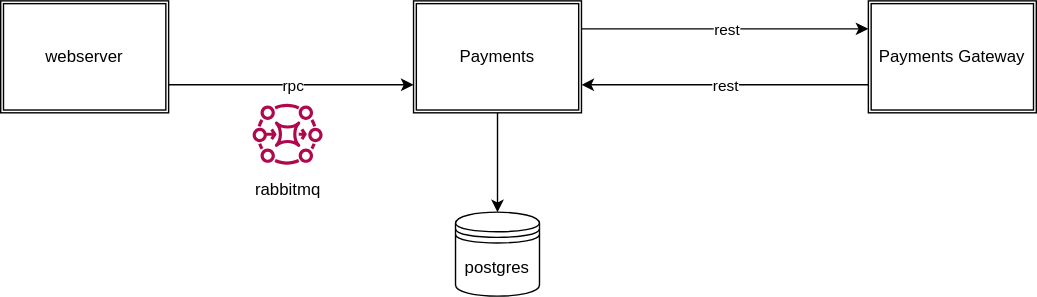
This is services/payments/doc/payments.drawio.svg from ITISFoundation/osparc-simcore, a draw.io export, as it was before one commit. Source tidied: cells renumbered, new cells last; positions are measured from the earlier drawing's top-left corner, leaving out a move shared by most shapes.
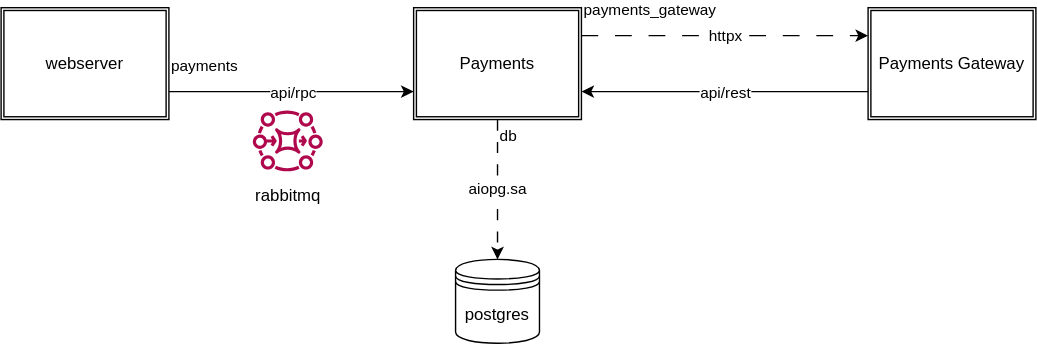
Above is the later version.

Diff of the diagram source:
```diff
@@ -2,7 +2,7 @@
   <root>
     <mxCell id="0" />
     <mxCell id="1" parent="0" />
-    <mxCell id="2" style="edgeStyle=none;html=1;exitX=0.5;exitY=1;exitDx=0;exitDy=0;" parent="1" edge="1" source="3" target="12">
+    <mxCell id="2" value="aiopg.sa" style="edgeStyle=none;html=1;dashed=1;dashPattern=8 8;endArrow=classic;endFill=1;" parent="1" edge="1" source="3" target="12">
       <mxGeometry relative="1" as="geometry" />
     </mxCell>
     <mxCell id="3" value="Payments" style="shape=ext;double=1;rounded=0;whiteSpace=wrap;html=1;" parent="1" vertex="1">
@@ -14,26 +14,20 @@
     <mxCell id="5" style="endArrow=classic;html=1;exitX=1;exitY=0.75;exitDx=0;exitDy=0;entryX=0;entryY=0.75;entryDx=0;entryDy=0;" parent="1" edge="1" source="4" target="3">
       <mxGeometry relative="1" as="geometry" />
     </mxCell>
-    <mxCell id="6" value="rpc" style="edgeLabel;html=1;align=center;verticalAlign=middle;" parent="5" vertex="1">
+    <mxCell id="6" value="api/rpc" style="edgeLabel;html=1;align=center;verticalAlign=middle;" parent="5" vertex="1">
       <mxGeometry relative="1" as="geometry" />
     </mxCell>
     <mxCell id="7" value="Payments Gateway" style="shape=ext;double=1;rounded=0;whiteSpace=wrap;html=1;" parent="1" vertex="1">
       <mxGeometry x="620" width="120" height="80" as="geometry" />
     </mxCell>
-    <mxCell id="8" style="endArrow=classic;html=1;exitX=1;exitY=0.25;exitDx=0;exitDy=0;entryX=0;entryY=0.25;entryDx=0;entryDy=0;" parent="1" edge="1" source="3" target="7">
-      <mxGeometry relative="1" as="geometry" />
-    </mxCell>
-    <mxCell id="9" value="rest" style="edgeLabel;html=1;align=center;verticalAlign=middle;" parent="8" vertex="1">
-      <mxGeometry relative="1" as="geometry" />
-    </mxCell>
     <mxCell id="10" style="endArrow=classic;html=1;exitX=0;exitY=0.75;exitDx=0;exitDy=0;entryX=1;entryY=0.75;entryDx=0;entryDy=0;" parent="1" edge="1" source="7" target="3">
       <mxGeometry relative="1" as="geometry" />
     </mxCell>
-    <mxCell id="11" value="rest" style="edgeLabel;html=1;align=center;verticalAlign=middle;" parent="10" vertex="1">
+    <mxCell id="11" value="api/rest" style="edgeLabel;html=1;align=center;verticalAlign=middle;" parent="10" vertex="1">
       <mxGeometry relative="1" as="geometry" />
     </mxCell>
     <mxCell id="12" value="postgres" style="shape=datastore;whiteSpace=wrap;html=1;" parent="1" vertex="1">
-      <mxGeometry x="325" y="151" width="60" height="60" as="geometry" />
+      <mxGeometry x="325" y="180" width="60" height="60" as="geometry" />
     </mxCell>
     <mxCell id="13" style="sketch=0;fontColor=#232F3E;gradientColor=none;fillColor=#B0084D;strokeColor=none;dashed=0;verticalLabelPosition=bottom;verticalAlign=top;align=center;html=1;fontSize=12;fontStyle=0;shape=mxgraph.aws4.mq_broker;" parent="1" vertex="1">
       <mxGeometry x="180" y="70" width="50" height="50" as="geometry" />
@@ -41,5 +35,19 @@
     <mxCell id="14" value="rabbitmq" style="text;html=1;align=center;verticalAlign=middle;strokeColor=none;fillColor=none;" parent="1" vertex="1">
       <mxGeometry x="170" y="120" width="70" height="30" as="geometry" />
     </mxCell>
+    <mxCell id="8" value="httpx" style="endArrow=classic;html=1;dashed=1;dashPattern=12 12;exitX=1;exitY=0.25;exitDx=0;exitDy=0;entryX=0;entryY=0.25;entryDx=0;entryDy=0;" parent="1" edge="1" source="3" target="7">
+      <mxGeometry relative="1" as="geometry" />
+    </mxCell>
+    <mxCell id="15" value="payments_gateway" style="edgeLabel;html=1;align=left;verticalAlign=bottom;" parent="8" vertex="1">
+      <mxGeometry x="-1" relative="1" as="geometry">
+        <mxPoint y="-10" as="offset" />
+      </mxGeometry>
+    </mxCell>
+    <mxCell id="16" value="payments" style="edgeLabel;html=1;align=left;verticalAlign=bottom;" parent="1" vertex="1">
+      <mxGeometry x="120" y="50" as="geometry" />
+    </mxCell>
+    <mxCell id="17" value="db" style="edgeLabel;html=1;align=left;verticalAlign=bottom;" parent="1" vertex="1">
+      <mxGeometry x="355" y="100" as="geometry" />
+    </mxCell>
   </root>
 </mxGraphModel>
```
